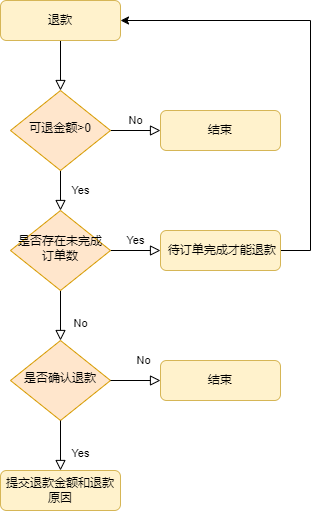
Before: png/退款流程.png, a diagram exported from draw.io (ren9901/tourism-j2ee-wx). Source tidied: cells renumbered, new cells last; positions are measured from the earlier drawing's top-left corner, leaving out a move shared by most shapes.
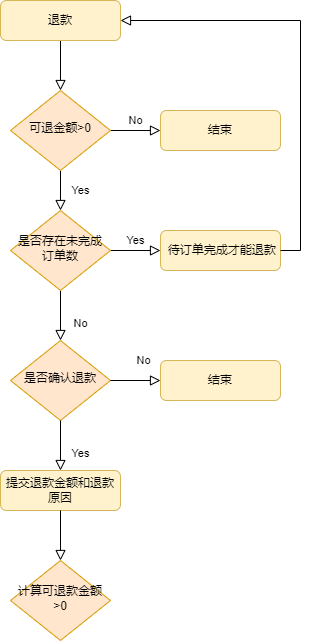
After the commit.

Commit message:
更新退款流程.png

Change to the diagram source:
```diff
@@ -32,14 +32,6 @@
     <mxCell id="11" value="提交退款金额和退款原因" style="rounded=1;whiteSpace=wrap;html=1;fontSize=12;glass=0;strokeWidth=1;shadow=0;fillColor=#fff2cc;strokeColor=#d6b656;" parent="1" vertex="1">
       <mxGeometry y="470" width="120" height="40" as="geometry" />
     </mxCell>
-    <mxCell id="12" style="edgeStyle=orthogonalEdgeStyle;rounded=0;jettySize=auto;html=1;entryX=1;entryY=0.5;entryDx=0;entryDy=0;" parent="1" edge="1" source="13" target="3">
-      <mxGeometry relative="1" as="geometry">
-        <Array as="points">
-          <mxPoint x="310" y="250" />
-          <mxPoint x="310" y="20" />
-        </Array>
-      </mxGeometry>
-    </mxCell>
     <mxCell id="13" value="&amp;nbsp;待订单完成才能退款" style="rounded=1;whiteSpace=wrap;html=1;fontSize=12;glass=0;strokeWidth=1;shadow=0;fillColor=#fff2cc;strokeColor=#d6b656;" parent="1" vertex="1">
       <mxGeometry x="160" y="230" width="120" height="40" as="geometry" />
     </mxCell>
@@ -55,5 +47,19 @@
     <mxCell id="17" value="Yes" style="rounded=0;html=1;jettySize=auto;fontSize=11;endArrow=block;endFill=0;endSize=8;strokeWidth=1;shadow=0;labelBackgroundColor=none;edgeStyle=orthogonalEdgeStyle;exitX=0.5;exitY=1;exitDx=0;exitDy=0;entryX=0.5;entryY=0;entryDx=0;entryDy=0;" parent="1" edge="1" source="14" target="11">
       <mxGeometry x="0.33" y="20" relative="1" as="geometry" />
     </mxCell>
+    <mxCell id="18" value="&lt;div style=&quot;orphans: 4;&quot;&gt;计算可退款金额&amp;gt;0&lt;/div&gt;" style="rhombus;whiteSpace=wrap;html=1;shadow=0;fontFamily=Helvetica;fontSize=12;align=center;strokeWidth=1;spacing=6;spacingTop=-4;fillColor=#ffe6cc;strokeColor=#d79b00;" parent="1" vertex="1">
+      <mxGeometry x="10" y="560" width="100" height="80" as="geometry" />
+    </mxCell>
+    <mxCell id="12" style="edgeStyle=orthogonalEdgeStyle;rounded=0;html=1;jettySize=auto;fontSize=11;endArrow=block;endFill=0;endSize=8;strokeWidth=1;shadow=0;labelBackgroundColor=none;exitX=1;exitY=0.5;exitDx=0;exitDy=0;entryX=1;entryY=0.5;entryDx=0;entryDy=0;" parent="1" edge="1" source="13" target="3">
+      <mxGeometry y="10" relative="1" as="geometry">
+        <Array as="points">
+          <mxPoint x="300" y="250" />
+          <mxPoint x="300" y="20" />
+        </Array>
+      </mxGeometry>
+    </mxCell>
+    <mxCell id="19" style="rounded=0;html=1;jettySize=auto;fontSize=11;endArrow=block;endFill=0;endSize=8;strokeWidth=1;shadow=0;labelBackgroundColor=none;edgeStyle=orthogonalEdgeStyle;exitX=0.5;exitY=1;exitDx=0;exitDy=0;entryX=0.5;entryY=0;entryDx=0;entryDy=0;" parent="1" edge="1" source="11" target="18">
+      <mxGeometry x="0.33" y="20" relative="1" as="geometry" />
+    </mxCell>
   </root>
 </mxGraphModel>
```
